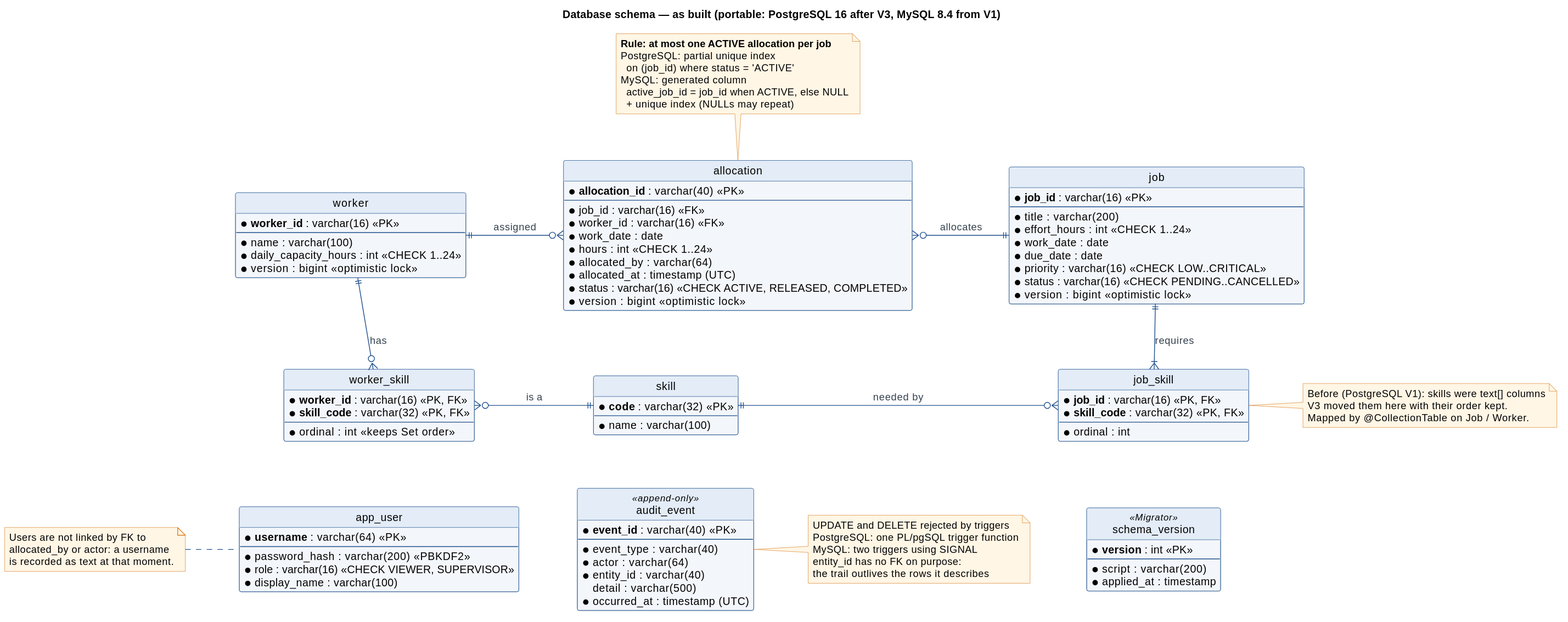
jaricsng/ooad-3tier-job-allocation keeps this PlantUML diagram as diagrams/svg/26-db-schema.svg. Above is the earlier version.
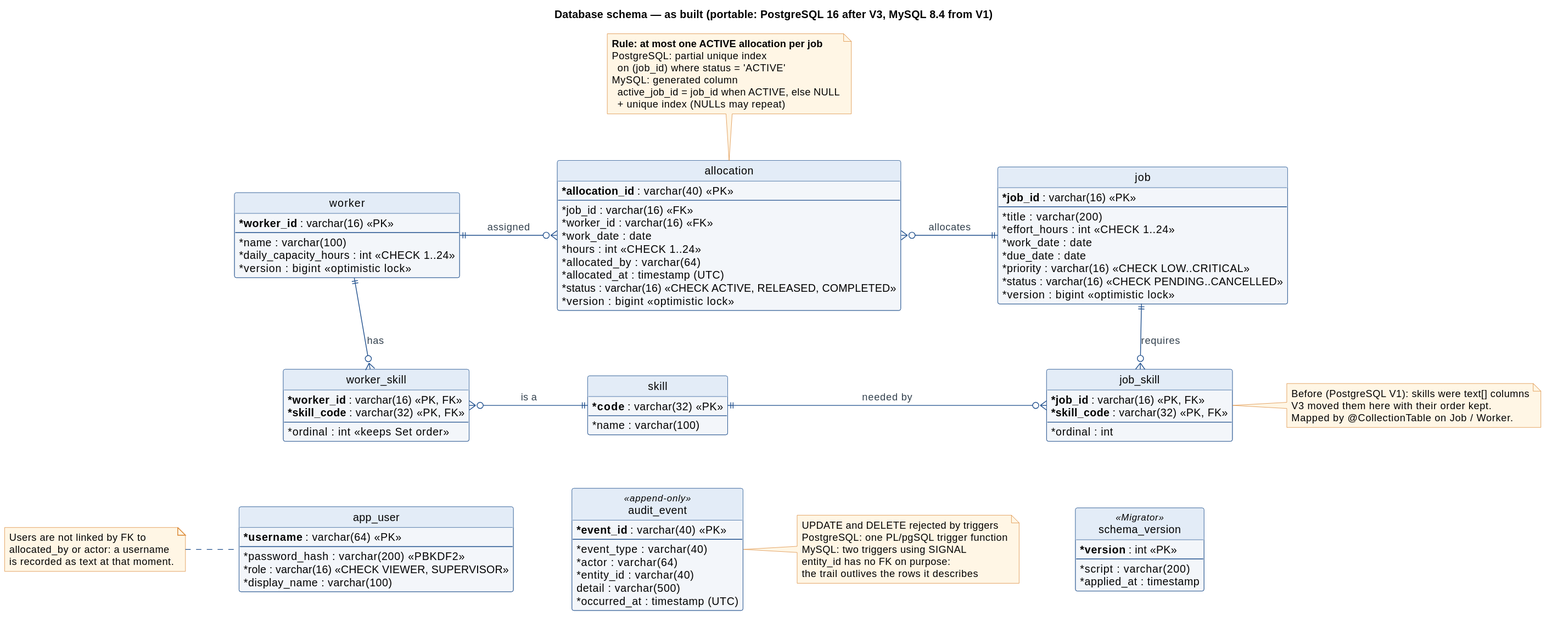
After the commit.

What changed in the source:
```diff
@@ -90,7 +90,7 @@
 worker ||-right-o{ allocation : "assigned"
 allocation }o-right-|| job : "allocates"
 worker ||-down-o{ worker_skill : "has"
-job ||-down-|{ job_skill : "requires"
+job ||-down-o{ job_skill : "requires"
 worker_skill }o-right-|| skill : "is a"
 skill ||-right-o{ job_skill : "needed by"
 worker_skill -[hidden]down- app_user
```
